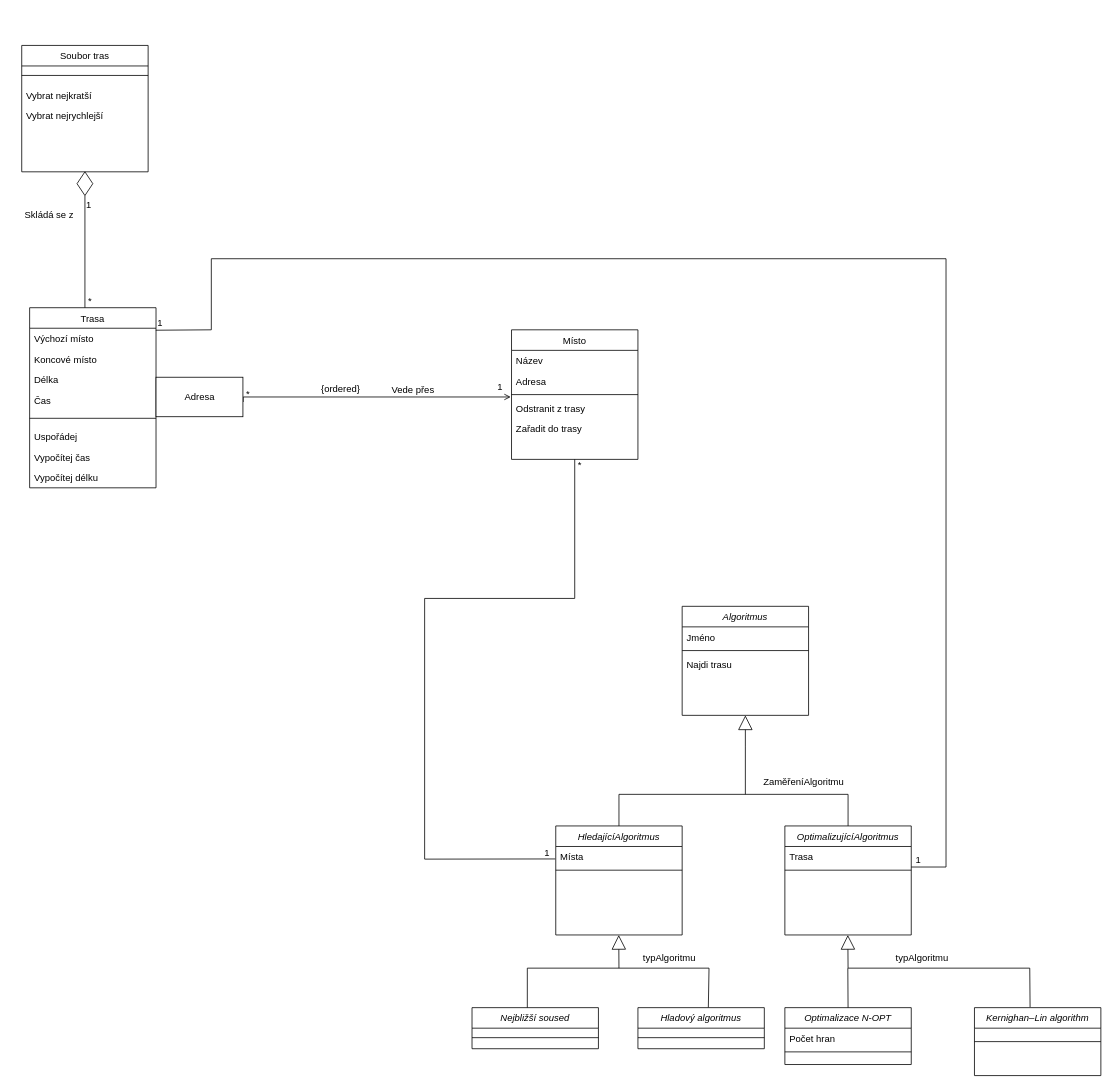
This is ClassDiagram.drawio from KristyFromEarth/UML, a draw.io file, before an edit. Source tidied: cells renumbered, new cells numbered last; positions are measured from the earlier drawing's top-left corner, leaving out a move shared by most shapes. Both pictures are drawn from the tidied source at 79%, with x=0, y=0 at pixel (13, 45).
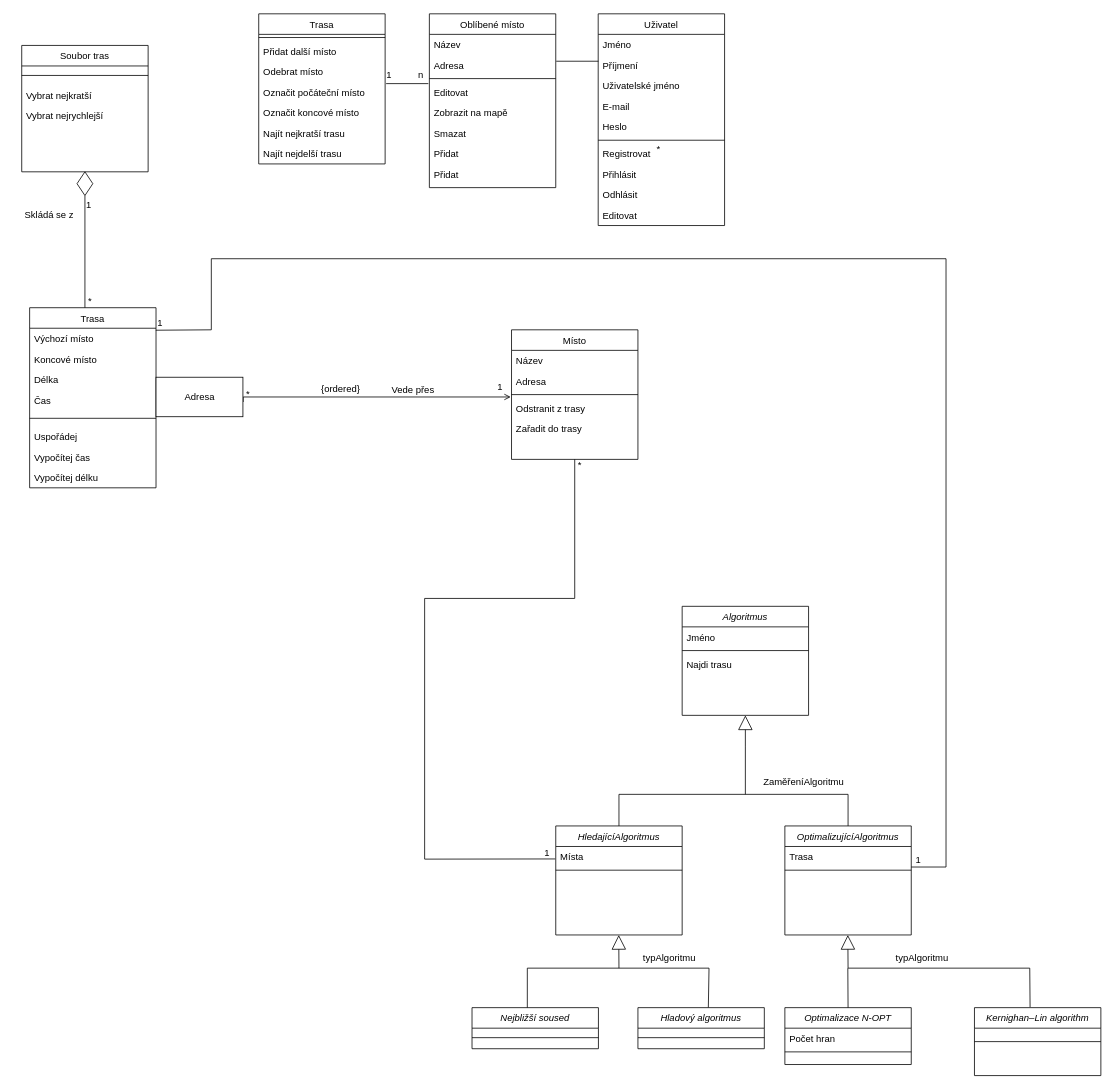
The same page after the edit.

Commit message:
Přidání tříd aby to byl doménový model ClassDiagram.drawio

Diff of the diagram source:
```diff
@@
+    <mxCell id="80" value="Uživatel" style="swimlane;fontStyle=0;align=center;verticalAlign=top;horizontal=1;startSize=26;rounded=0;shadow=0;strokeWidth=1;" parent="1" vertex="1">
+      <mxGeometry x="739.7" y="-40" width="160" height="268" as="geometry" />
+    </mxCell>
+    <mxCell id="81" value="Jméno" style="text;align=left;verticalAlign=top;spacingLeft=4;spacingRight=4;overflow=hidden;rounded=0;shadow=0;html=0;" parent="80" vertex="1">
+      <mxGeometry y="26" width="160" height="26" as="geometry" />
+    </mxCell>
+    <mxCell id="82" value="Příjmení" style="text;align=left;verticalAlign=top;spacingLeft=4;spacingRight=4;overflow=hidden;rounded=0;shadow=0;html=0;" parent="80" vertex="1">
+      <mxGeometry y="52" width="160" height="26" as="geometry" />
+    </mxCell>
+    <mxCell id="83" value="Uživatelské jméno" style="text;align=left;verticalAlign=top;spacingLeft=4;spacingRight=4;overflow=hidden;rounded=0;shadow=0;html=0;" parent="80" vertex="1">
+      <mxGeometry y="78" width="160" height="26" as="geometry" />
+    </mxCell>
+    <mxCell id="84" value="E-mail" style="text;align=left;verticalAlign=top;spacingLeft=4;spacingRight=4;overflow=hidden;rounded=0;shadow=0;html=0;" parent="80" vertex="1">
+      <mxGeometry y="104" width="160" height="26" as="geometry" />
+    </mxCell>
+    <mxCell id="85" value="Heslo" style="text;align=left;verticalAlign=top;spacingLeft=4;spacingRight=4;overflow=hidden;rounded=0;shadow=0;html=0;" parent="80" vertex="1">
+      <mxGeometry y="130" width="160" height="26" as="geometry" />
+    </mxCell>
+    <mxCell id="86" style="line;html=1;strokeWidth=1;align=left;verticalAlign=middle;spacingTop=-1;spacingLeft=3;spacingRight=3;labelPosition=right;" parent="80" vertex="1">
+      <mxGeometry y="156" width="160" height="8" as="geometry" />
+    </mxCell>
+    <mxCell id="87" value="Registrovat" style="text;align=left;verticalAlign=top;spacingLeft=4;spacingRight=4;overflow=hidden;" parent="80" vertex="1">
+      <mxGeometry y="164" width="160" height="26" as="geometry" />
+    </mxCell>
+    <mxCell id="88" value="Přihlásit" style="text;align=left;verticalAlign=top;spacingLeft=4;spacingRight=4;overflow=hidden;" parent="80" vertex="1">
+      <mxGeometry y="190" width="160" height="26" as="geometry" />
+    </mxCell>
+    <mxCell id="89" value="Odhlásit" style="text;align=left;verticalAlign=top;spacingLeft=4;spacingRight=4;overflow=hidden;" parent="80" vertex="1">
+      <mxGeometry y="216" width="160" height="26" as="geometry" />
+    </mxCell>
+    <mxCell id="90" value="Editovat" style="text;align=left;verticalAlign=top;spacingLeft=4;spacingRight=4;overflow=hidden;" parent="80" vertex="1">
+      <mxGeometry y="242" width="160" height="26" as="geometry" />
+    </mxCell>
+    <mxCell id="91" value="*" style="align=right;verticalAlign=bottom;labelBackgroundColor=none;fontSize=12;" parent="1" vertex="1">
+      <mxGeometry x="819.7" y="140" as="geometry" />
+    </mxCell>
+    <mxCell id="92" value="Oblíbené místo" style="swimlane;fontStyle=0;align=center;verticalAlign=top;horizontal=1;startSize=26;rounded=0;shadow=0;strokeWidth=1;" parent="1" vertex="1">
+      <mxGeometry x="526" y="-40" width="160" height="220" as="geometry" />
+    </mxCell>
+    <mxCell id="93" value="Název" style="text;align=left;verticalAlign=top;spacingLeft=4;spacingRight=4;overflow=hidden;rounded=0;shadow=0;html=0;" parent="92" vertex="1">
+      <mxGeometry y="26" width="160" height="26" as="geometry" />
+    </mxCell>
+    <mxCell id="94" value="Adresa" style="text;align=left;verticalAlign=top;spacingLeft=4;spacingRight=4;overflow=hidden;rounded=0;shadow=0;html=0;" parent="92" vertex="1">
+      <mxGeometry y="52" width="160" height="26" as="geometry" />
+    </mxCell>
+    <mxCell id="95" style="line;html=1;strokeWidth=1;align=left;verticalAlign=middle;spacingTop=-1;spacingLeft=3;spacingRight=3;labelPosition=right;" parent="92" vertex="1">
+      <mxGeometry y="78" width="160" height="8" as="geometry" />
+    </mxCell>
+    <mxCell id="96" value="Editovat" style="text;align=left;verticalAlign=top;spacingLeft=4;spacingRight=4;overflow=hidden;points=[[0,0.5],[1,0.5]];portConstraint=eastwest;" parent="92" vertex="1">
+      <mxGeometry y="86" width="160" height="26" as="geometry" />
+    </mxCell>
+    <mxCell id="97" value="Zobrazit na mapě" style="text;align=left;verticalAlign=top;spacingLeft=4;spacingRight=4;overflow=hidden;" parent="92" vertex="1">
+      <mxGeometry y="112" width="160" height="26" as="geometry" />
+    </mxCell>
+    <mxCell id="98" value="Smazat" style="text;align=left;verticalAlign=top;spacingLeft=4;spacingRight=4;overflow=hidden;" parent="92" vertex="1">
+      <mxGeometry y="138" width="160" height="26" as="geometry" />
+    </mxCell>
+    <mxCell id="99" value="Přidat" style="text;align=left;verticalAlign=top;spacingLeft=4;spacingRight=4;overflow=hidden;" parent="92" vertex="1">
+      <mxGeometry y="164" width="160" height="26" as="geometry" />
+    </mxCell>
+    <mxCell id="100" value="Přidat" style="text;align=left;verticalAlign=top;spacingLeft=4;spacingRight=4;overflow=hidden;" parent="92" vertex="1">
+      <mxGeometry y="190" width="160" height="26" as="geometry" />
+    </mxCell>
+    <mxCell id="101" value="Trasa" style="swimlane;fontStyle=0;align=center;verticalAlign=top;horizontal=1;startSize=26;rounded=0;shadow=0;strokeWidth=1;" parent="1" vertex="1">
+      <mxGeometry x="310" y="-40" width="160" height="190" as="geometry" />
+    </mxCell>
+    <mxCell id="102" style="line;html=1;strokeWidth=1;align=left;verticalAlign=middle;spacingTop=-1;spacingLeft=3;spacingRight=3;labelPosition=right;" parent="101" vertex="1">
+      <mxGeometry y="26" width="160" height="8" as="geometry" />
+    </mxCell>
+    <mxCell id="103" value="Přidat další místo" style="text;align=left;verticalAlign=top;spacingLeft=4;spacingRight=4;overflow=hidden;" parent="101" vertex="1">
+      <mxGeometry y="34" width="160" height="26" as="geometry" />
+    </mxCell>
+    <mxCell id="104" value="Odebrat místo" style="text;align=left;verticalAlign=top;spacingLeft=4;spacingRight=4;overflow=hidden;" parent="101" vertex="1">
+      <mxGeometry y="60" width="160" height="26" as="geometry" />
+    </mxCell>
+    <mxCell id="105" value="Označit počáteční místo" style="text;align=left;verticalAlign=top;spacingLeft=4;spacingRight=4;overflow=hidden;points=[[0,0.5],[1,0.5]];portConstraint=eastwest;" parent="101" vertex="1">
+      <mxGeometry y="86" width="160" height="26" as="geometry" />
+    </mxCell>
+    <mxCell id="106" value="Označit koncové místo" style="text;align=left;verticalAlign=top;spacingLeft=4;spacingRight=4;overflow=hidden;" parent="101" vertex="1">
+      <mxGeometry y="112" width="160" height="26" as="geometry" />
+    </mxCell>
+    <mxCell id="107" value="Najít nejkratší trasu" style="text;align=left;verticalAlign=top;spacingLeft=4;spacingRight=4;overflow=hidden;" parent="101" vertex="1">
+      <mxGeometry y="138" width="160" height="26" as="geometry" />
+    </mxCell>
+    <mxCell id="108" value="Najít nejdelší trasu" style="text;align=left;verticalAlign=top;spacingLeft=4;spacingRight=4;overflow=hidden;" parent="101" vertex="1">
+      <mxGeometry y="164" width="160" height="26" as="geometry" />
+    </mxCell>
+    <mxCell id="109" style="endArrow=none;html=1;rounded=0;entryX=1.008;entryY=0.09;entryDx=0;entryDy=0;entryPerimeter=0;exitX=-0.008;exitY=0.09;exitDx=0;exitDy=0;exitPerimeter=0;" parent="1" edge="1" source="96" target="105">
+      <mxGeometry relative="1" as="geometry" />
+    </mxCell>
+    <mxCell id="110" value="1" style="align=left;verticalAlign=bottom;labelBackgroundColor=none;fontSize=12;" parent="1" vertex="1">
+      <mxGeometry x="470" y="46" width="160" as="geometry" />
+    </mxCell>
+    <mxCell id="111" value="n" style="align=left;verticalAlign=bottom;labelBackgroundColor=none;fontSize=12;" parent="1" vertex="1">
+      <mxGeometry x="510" y="46" width="160" as="geometry" />
+    </mxCell>
+    <mxCell id="112" style="endArrow=none;html=1;rounded=0;entryX=1.008;entryY=0.09;entryDx=0;entryDy=0;entryPerimeter=0;exitX=-0.008;exitY=0.09;exitDx=0;exitDy=0;exitPerimeter=0;" parent="1" edge="1">
+      <mxGeometry relative="1" as="geometry">
+        <mxPoint x="740" y="20" as="sourcePoint" />
+        <mxPoint x="686.6" y="20" as="targetPoint" />
+      </mxGeometry>
+    </mxCell>
```
